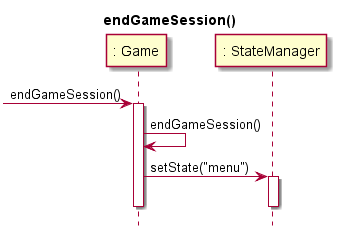
donami/OOD-1415-markus-hederstrom keeps this PlantUML diagram as Assignments/img/interaction_diagrams/end_game_session.png. Above is the earlier version.
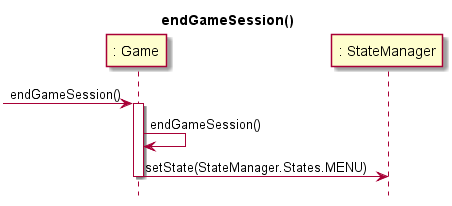
The same diagram one commit later.

Diff of the diagram source:
```diff
@@ -10,9 +10,7 @@
 
 Game -> Game: endGameSession()
 
-Game -> StateManager: setState("menu")
-activate StateManager
-deactivate StateManager
+Game -> StateManager: setState(StateManager.States.MENU)
 deactivate Game
 
 @enduml
```
